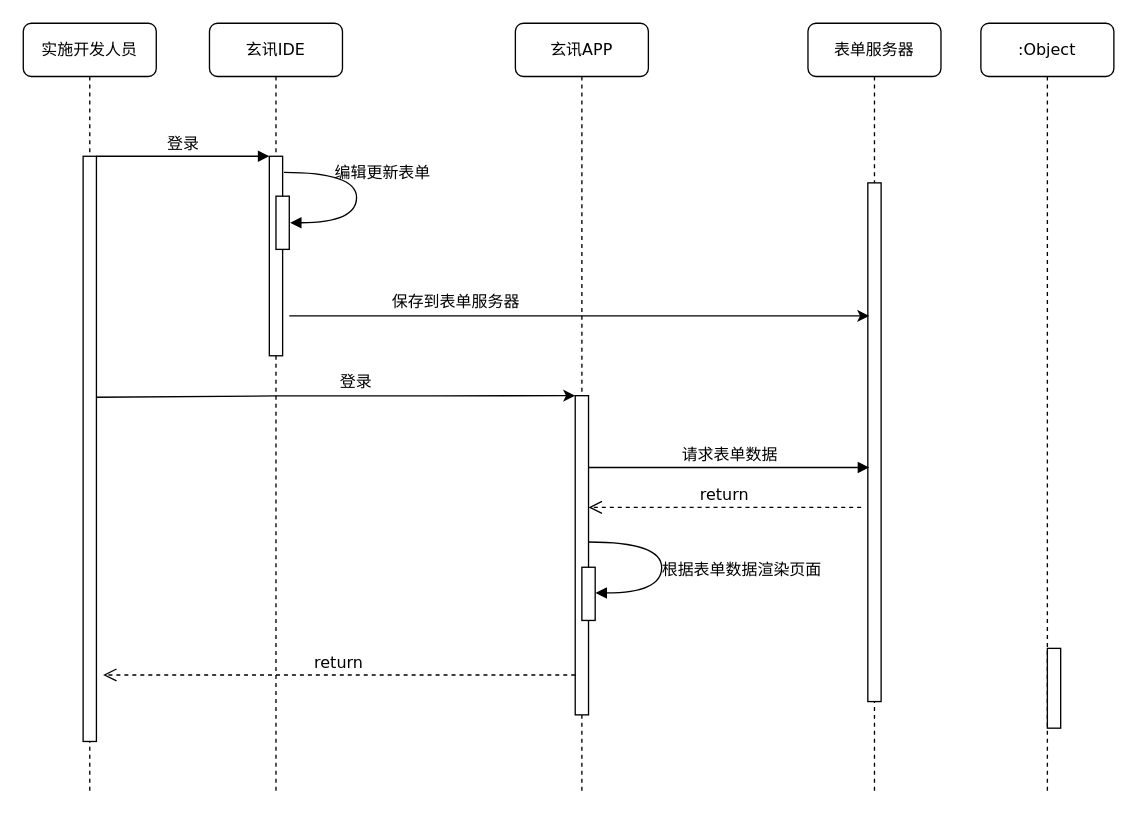
Above: 表单预览.drawio in codeYMF/UML (draw.io), before the change. Source tidied: cells renumbered, new cells numbered last; positions are measured from the earlier drawing's top-left corner, leaving out a move shared by most shapes. Both pictures are drawn from the tidied source at 133%, with x=0, y=0 at pixel (23, 23).
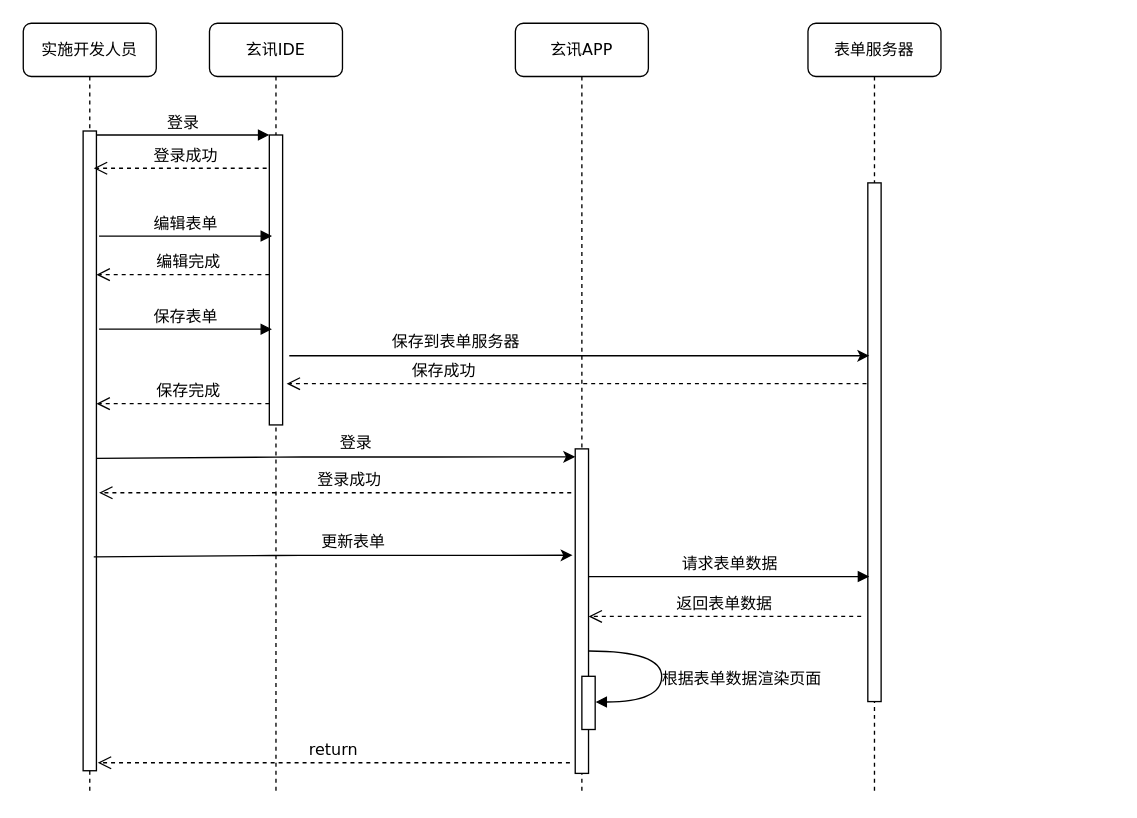
After the change.

Unchanged cells that the change refers to:
```xml
<mxCell id="2" value="玄讯IDE" style="shape=umlLifeline;perimeter=lifelinePerimeter;whiteSpace=wrap;html=1;rounded=1;shadow=0;comic=0;labelBackgroundColor=none;strokeWidth=1;fontFamily=Verdana;fontSize=12;align=center;" parent="1" vertex="1">
  <mxGeometry x="140" width="100" height="580" as="geometry" />
</mxCell>
<mxCell id="9" value="实施开发人员" style="shape=umlLifeline;perimeter=lifelinePerimeter;whiteSpace=wrap;html=1;rounded=1;shadow=0;comic=0;labelBackgroundColor=none;strokeWidth=1;fontFamily=Verdana;fontSize=12;align=center;" parent="1" vertex="1">
  <mxGeometry width="100" height="580" as="geometry" />
</mxCell>
```

Change to the diagram source:
```diff
@@
-    <mxCell id="3" style="html=1;points=[];perimeter=orthogonalPerimeter;rounded=0;shadow=0;comic=0;labelBackgroundColor=none;strokeWidth=1;fontFamily=Verdana;fontSize=12;align=center;" parent="2" vertex="1">
-      <mxGeometry x="45" y="100" width="10" height="150" as="geometry" />
-    </mxCell>
-    <mxCell id="4" style="html=1;perimeter=orthogonalPerimeter;" parent="2" vertex="1">
-      <mxGeometry x="50" y="130" width="10" height="40" as="geometry" />
-    </mxCell>
+    <mxCell id="24" style="html=1;points=[];perimeter=orthogonalPerimeter;rounded=0;shadow=0;comic=0;labelBackgroundColor=none;strokeWidth=1;fontFamily=Verdana;fontSize=12;align=center;" parent="2" vertex="1">
+      <mxGeometry x="45" y="84" width="10" height="218" as="geometry" />
+    </mxCell>
@@
-    <mxCell id="8" value=":Object" style="shape=umlLifeline;perimeter=lifelinePerimeter;whiteSpace=wrap;html=1;rounded=1;shadow=0;comic=0;labelBackgroundColor=none;strokeWidth=1;fontFamily=Verdana;fontSize=12;align=center;" parent="1" vertex="1">
-      <mxGeometry x="720" width="100" height="580" as="geometry" />
-    </mxCell>
@@
-    <mxCell id="10" style="html=1;points=[];perimeter=orthogonalPerimeter;rounded=0;shadow=0;comic=0;labelBackgroundColor=none;strokeWidth=1;fontFamily=Verdana;fontSize=12;align=center;" parent="9" vertex="1">
-      <mxGeometry x="45" y="100" width="10" height="440" as="geometry" />
-    </mxCell>
-    <mxCell id="11" style="html=1;perimeter=orthogonalPerimeter;rounded=0;shadow=0;comic=0;labelBackgroundColor=none;strokeWidth=1;fontFamily=Verdana;fontSize=12;align=center;" parent="1" vertex="1">
-      <mxGeometry x="415" y="280" width="10" height="240" as="geometry" />
-    </mxCell>
+    <mxCell id="25" style="html=1;points=[];perimeter=orthogonalPerimeter;rounded=0;shadow=0;comic=0;labelBackgroundColor=none;strokeWidth=1;fontFamily=Verdana;fontSize=12;align=center;" parent="9" vertex="1">
+      <mxGeometry x="45" y="81" width="10" height="481" as="geometry" />
+    </mxCell>
+    <mxCell id="26" style="html=1;perimeter=orthogonalPerimeter;rounded=0;shadow=0;comic=0;labelBackgroundColor=none;strokeWidth=1;fontFamily=Verdana;fontSize=12;align=center;" parent="1" vertex="1">
+      <mxGeometry x="415" y="320" width="10" height="244" as="geometry" />
+    </mxCell>
     <mxCell id="12" value="请求表单数据" style="html=1;verticalAlign=bottom;endArrow=block;labelBackgroundColor=none;fontFamily=Verdana;fontSize=12;edgeStyle=elbowEdgeStyle;elbow=vertical;entryX=0.1;entryY=0.641;entryDx=0;entryDy=0;entryPerimeter=0;" parent="1" edge="1">
       <mxGeometry relative="1" as="geometry">
-        <mxPoint x="425" y="334" as="sourcePoint" />
-        <mxPoint x="636" y="334" as="targetPoint" />
+        <mxPoint x="425" y="416" as="sourcePoint" />
+        <mxPoint x="636" y="416" as="targetPoint" />
         <Array as="points">
-          <mxPoint x="490" y="334" />
+          <mxPoint x="490" y="416" />
         </Array>
       </mxGeometry>
     </mxCell>
-    <mxCell id="13" value="return" style="html=1;verticalAlign=bottom;endArrow=open;dashed=1;endSize=8;labelBackgroundColor=none;fontFamily=Verdana;fontSize=12;edgeStyle=elbowEdgeStyle;elbow=vertical;" parent="1" edge="1">
-      <mxGeometry relative="1" as="geometry">
-        <mxPoint x="630" y="364" as="sourcePoint" />
-        <mxPoint x="425" y="364" as="targetPoint" />
-        <Array as="points">
-          <mxPoint x="500" y="364" />
-          <mxPoint x="530" y="364" />
-        </Array>
-      </mxGeometry>
-    </mxCell>
-    <mxCell id="14" style="html=1;perimeter=orthogonalPerimeter;rounded=0;shadow=0;comic=0;labelBackgroundColor=none;strokeWidth=1;fontFamily=Verdana;fontSize=12;align=center;" parent="1" vertex="1">
-      <mxGeometry x="770" y="470" width="10" height="60" as="geometry" />
-    </mxCell>
+    <mxCell id="27" value="返回表单数据" style="html=1;verticalAlign=bottom;endArrow=open;dashed=1;endSize=8;labelBackgroundColor=none;fontFamily=Verdana;fontSize=12;edgeStyle=elbowEdgeStyle;elbow=vertical;" parent="1" edge="1">
+      <mxGeometry relative="1" as="geometry">
+        <mxPoint x="630" y="446" as="sourcePoint" />
+        <mxPoint x="425" y="446" as="targetPoint" />
+        <Array as="points">
+          <mxPoint x="500" y="446" />
+          <mxPoint x="530" y="446" />
+        </Array>
+      </mxGeometry>
+    </mxCell>
-    <mxCell id="15" value="登录" style="html=1;verticalAlign=bottom;endArrow=block;entryX=0;entryY=0;labelBackgroundColor=none;fontFamily=Verdana;fontSize=12;edgeStyle=elbowEdgeStyle;elbow=vertical;" parent="1" edge="1" source="10" target="3">
+    <mxCell id="15" value="登录" style="html=1;verticalAlign=bottom;endArrow=block;entryX=0;entryY=0;labelBackgroundColor=none;fontFamily=Verdana;fontSize=12;edgeStyle=elbowEdgeStyle;elbow=vertical;" parent="1" edge="1" source="25" target="24">
       <mxGeometry relative="1" as="geometry" />
     </mxCell>
-    <mxCell id="16" style="endArrow=classic;html=1;" parent="1" edge="1">
-      <mxGeometry relative="1" as="geometry">
-        <mxPoint x="200" y="220" as="sourcePoint" />
-        <mxPoint x="636.1" y="220" as="targetPoint" />
-        <Array as="points">
-          <mxPoint x="498.9" y="220" />
-          <mxPoint x="618.9" y="220" />
-          <mxPoint x="628.9" y="220" />
-        </Array>
-      </mxGeometry>
-    </mxCell>
+    <mxCell id="28" style="endArrow=classic;html=1;" parent="1" edge="1">
+      <mxGeometry relative="1" as="geometry">
+        <mxPoint x="200" y="250" as="sourcePoint" />
+        <mxPoint x="636.1" y="250" as="targetPoint" />
+        <Array as="points">
+          <mxPoint x="498.9" y="250" />
+          <mxPoint x="618.9" y="250" />
+          <mxPoint x="628.9" y="250" />
+        </Array>
+      </mxGeometry>
+    </mxCell>
     <mxCell id="17" value="保存到表单服务器" style="text;html=1;align=center;verticalAlign=middle;strokeColor=none;" parent="1" vertex="1">
-      <mxGeometry x="270" y="200" width="110" height="20" as="geometry" />
+      <mxGeometry x="270" y="230" width="110" height="20" as="geometry" />
     </mxCell>
-    <mxCell id="18" value="编辑更新表单" style="html=1;verticalAlign=bottom;endArrow=block;labelBackgroundColor=none;fontFamily=Verdana;fontSize=12;elbow=vertical;edgeStyle=orthogonalEdgeStyle;curved=1;entryX=1;entryY=0.286;entryPerimeter=0;exitX=1.038;exitY=0.345;exitPerimeter=0;" parent="1" edge="1">
-      <mxGeometry x="-0.12" y="19" relative="1" as="geometry">
-        <mxPoint x="196" y="112.1" as="sourcePoint" />
-        <mxPoint x="200.6" y="150" as="targetPoint" />
-        <Array as="points">
-          <mxPoint x="250.6" y="112" />
-          <mxPoint x="250.6" y="150" />
-        </Array>
-        <mxPoint y="1" as="offset" />
-      </mxGeometry>
-    </mxCell>
-    <mxCell id="19" style="endArrow=classic;html=1;exitX=1;exitY=0.589;exitDx=0;exitDy=0;exitPerimeter=0;entryX=0;entryY=0.433;entryDx=0;entryDy=0;entryPerimeter=0;" parent="1" edge="1">
-      <mxGeometry relative="1" as="geometry">
-        <mxPoint x="55" y="281.2" as="sourcePoint" />
-        <mxPoint x="415" y="280" as="targetPoint" />
-        <Array as="points">
-          <mxPoint x="200" y="280.1" />
-          <mxPoint x="280" y="280.1" />
-          <mxPoint x="300" y="280.1" />
-        </Array>
-      </mxGeometry>
-    </mxCell>
+    <mxCell id="29" style="endArrow=classic;html=1;exitX=1;exitY=0.589;exitDx=0;exitDy=0;exitPerimeter=0;entryX=0;entryY=0.433;entryDx=0;entryDy=0;entryPerimeter=0;" parent="1" edge="1">
+      <mxGeometry relative="1" as="geometry">
+        <mxPoint x="55" y="327.2" as="sourcePoint" />
+        <mxPoint x="415" y="326" as="targetPoint" />
+        <Array as="points">
+          <mxPoint x="200" y="326.1" />
+          <mxPoint x="280" y="326.1" />
+          <mxPoint x="300" y="326.1" />
+        </Array>
+      </mxGeometry>
+    </mxCell>
     <mxCell id="20" value="登录" style="text;html=1;align=center;verticalAlign=middle;strokeColor=none;" parent="1" vertex="1">
-      <mxGeometry x="230" y="260" width="40" height="20" as="geometry" />
+      <mxGeometry x="230" y="306" width="40" height="20" as="geometry" />
     </mxCell>
-    <mxCell id="21" style="html=1;perimeter=orthogonalPerimeter;rounded=0;shadow=0;comic=0;labelBackgroundColor=none;strokeWidth=1;fontFamily=Verdana;fontSize=12;align=center;" parent="1" vertex="1">
-      <mxGeometry x="420" y="409" width="10" height="40" as="geometry" />
-    </mxCell>
+    <mxCell id="30" style="html=1;perimeter=orthogonalPerimeter;rounded=0;shadow=0;comic=0;labelBackgroundColor=none;strokeWidth=1;fontFamily=Verdana;fontSize=12;align=center;" parent="1" vertex="1">
+      <mxGeometry x="420" y="491" width="10" height="40" as="geometry" />
+    </mxCell>
     <mxCell id="22" value="根据表单数据渲染页面" style="html=1;verticalAlign=bottom;endArrow=block;labelBackgroundColor=none;fontFamily=Verdana;fontSize=12;elbow=vertical;edgeStyle=orthogonalEdgeStyle;curved=1;entryX=1;entryY=0.286;entryPerimeter=0;exitX=1.038;exitY=0.345;exitPerimeter=0;" parent="1" edge="1">
       <mxGeometry x="0.19" y="60" relative="1" as="geometry">
-        <mxPoint x="425.3" y="390" as="sourcePoint" />
-        <mxPoint x="430.3" y="428.3" as="targetPoint" />
+        <mxPoint x="425.3" y="472" as="sourcePoint" />
+        <mxPoint x="430.3" y="510.3" as="targetPoint" />
         <Array as="points">
-          <mxPoint x="480" y="390" />
-          <mxPoint x="480" y="428" />
+          <mxPoint x="480" y="472" />
+          <mxPoint x="480" y="510" />
         </Array>
       </mxGeometry>
     </mxCell>
-    <mxCell id="23" value="return" style="html=1;verticalAlign=bottom;endArrow=open;dashed=1;endSize=8;labelBackgroundColor=none;fontFamily=Verdana;fontSize=12;edgeStyle=elbowEdgeStyle;elbow=vertical;" parent="1" edge="1">
-      <mxGeometry relative="1" as="geometry">
-        <mxPoint x="415" y="490" as="sourcePoint" />
-        <mxPoint x="60" y="490" as="targetPoint" />
-        <Array as="points">
-          <mxPoint x="285" y="490" />
-          <mxPoint x="315" y="490" />
-        </Array>
-      </mxGeometry>
-    </mxCell>
+    <mxCell id="31" value="return" style="html=1;verticalAlign=bottom;endArrow=open;dashed=1;endSize=8;labelBackgroundColor=none;fontFamily=Verdana;fontSize=12;edgeStyle=elbowEdgeStyle;elbow=vertical;" parent="1" edge="1">
+      <mxGeometry relative="1" as="geometry">
+        <mxPoint x="411" y="556" as="sourcePoint" />
+        <mxPoint x="56" y="556" as="targetPoint" />
+        <Array as="points">
+          <mxPoint x="281" y="556" />
+          <mxPoint x="311" y="556" />
+        </Array>
+      </mxGeometry>
+    </mxCell>
+    <mxCell id="32" value="登录成功" style="html=1;verticalAlign=bottom;endArrow=open;dashed=1;endSize=8;labelBackgroundColor=none;fontFamily=Verdana;fontSize=12;edgeStyle=elbowEdgeStyle;elbow=vertical;" parent="1" edge="1">
+      <mxGeometry x="-0.06" relative="1" as="geometry">
+        <mxPoint x="412" y="353" as="sourcePoint" />
+        <mxPoint x="57" y="353" as="targetPoint" />
+        <Array as="points">
+          <mxPoint x="282" y="353" />
+          <mxPoint x="312" y="353" />
+        </Array>
+      </mxGeometry>
+    </mxCell>
+    <mxCell id="33" style="endArrow=classic;html=1;exitX=1;exitY=0.589;exitDx=0;exitDy=0;exitPerimeter=0;entryX=0;entryY=0.433;entryDx=0;entryDy=0;entryPerimeter=0;" parent="1" edge="1">
+      <mxGeometry relative="1" as="geometry">
+        <mxPoint x="53" y="401.2" as="sourcePoint" />
+        <mxPoint x="413" y="400" as="targetPoint" />
+        <Array as="points">
+          <mxPoint x="198" y="400.1" />
+          <mxPoint x="278" y="400.1" />
+          <mxPoint x="298" y="400.1" />
+        </Array>
+      </mxGeometry>
+    </mxCell>
+    <mxCell id="34" value="更新表单" style="text;html=1;align=center;verticalAlign=middle;strokeColor=none;" parent="1" vertex="1">
+      <mxGeometry x="219" y="381" width="58" height="18" as="geometry" />
+    </mxCell>
+    <mxCell id="35" value="登录成功" style="html=1;verticalAlign=bottom;endArrow=open;dashed=1;endSize=8;labelBackgroundColor=none;fontFamily=Verdana;fontSize=12;edgeStyle=elbowEdgeStyle;elbow=vertical;" parent="1" edge="1">
+      <mxGeometry x="-0.06" relative="1" as="geometry">
+        <mxPoint x="183" y="109" as="sourcePoint" />
+        <mxPoint x="53" y="109" as="targetPoint" />
+        <Array as="points">
+          <mxPoint x="53" y="109" />
+          <mxPoint x="83" y="109" />
+        </Array>
+      </mxGeometry>
+    </mxCell>
+    <mxCell id="36" value="编辑表单" style="html=1;verticalAlign=bottom;endArrow=block;entryX=0;entryY=0;labelBackgroundColor=none;fontFamily=Verdana;fontSize=12;edgeStyle=elbowEdgeStyle;elbow=vertical;" parent="1" edge="1">
+      <mxGeometry relative="1" as="geometry">
+        <mxPoint x="57" y="160" as="sourcePoint" />
+        <mxPoint x="187" y="160" as="targetPoint" />
+      </mxGeometry>
+    </mxCell>
+    <mxCell id="37" value="编辑完成" style="html=1;verticalAlign=bottom;endArrow=open;dashed=1;endSize=8;labelBackgroundColor=none;fontFamily=Verdana;fontSize=12;edgeStyle=elbowEdgeStyle;elbow=horizontal;" parent="1" edge="1">
+      <mxGeometry x="-0.06" relative="1" as="geometry">
+        <mxPoint x="185" y="189" as="sourcePoint" />
+        <mxPoint x="55" y="189" as="targetPoint" />
+        <Array as="points">
+          <mxPoint x="55" y="189" />
+          <mxPoint x="85" y="189" />
+        </Array>
+      </mxGeometry>
+    </mxCell>
+    <mxCell id="38" value="保存表单" style="html=1;verticalAlign=bottom;endArrow=block;entryX=0;entryY=0;labelBackgroundColor=none;fontFamily=Verdana;fontSize=12;edgeStyle=elbowEdgeStyle;elbow=vertical;" parent="1" edge="1">
+      <mxGeometry relative="1" as="geometry">
+        <mxPoint x="57" y="230" as="sourcePoint" />
+        <mxPoint x="187" y="230" as="targetPoint" />
+      </mxGeometry>
+    </mxCell>
+    <mxCell id="39" value="保存完成" style="html=1;verticalAlign=bottom;endArrow=open;dashed=1;endSize=8;labelBackgroundColor=none;fontFamily=Verdana;fontSize=12;edgeStyle=elbowEdgeStyle;elbow=horizontal;" parent="1" edge="1">
+      <mxGeometry x="-0.06" relative="1" as="geometry">
+        <mxPoint x="185" y="286" as="sourcePoint" />
+        <mxPoint x="55" y="286" as="targetPoint" />
+        <Array as="points">
+          <mxPoint x="55" y="286" />
+          <mxPoint x="85" y="286" />
+        </Array>
+      </mxGeometry>
+    </mxCell>
+    <mxCell id="40" value="保存成功" style="html=1;verticalAlign=bottom;endArrow=open;dashed=1;endSize=8;labelBackgroundColor=none;fontFamily=Verdana;fontSize=12;edgeStyle=elbowEdgeStyle;elbow=horizontal;" parent="1" edge="1">
+      <mxGeometry x="0.46" relative="1" as="geometry">
+        <mxPoint x="634" y="271" as="sourcePoint" />
+        <mxPoint x="198" y="271" as="targetPoint" />
+        <Array as="points">
+          <mxPoint x="198" y="271" />
+          <mxPoint x="228" y="271" />
+        </Array>
+      </mxGeometry>
+    </mxCell>
```
